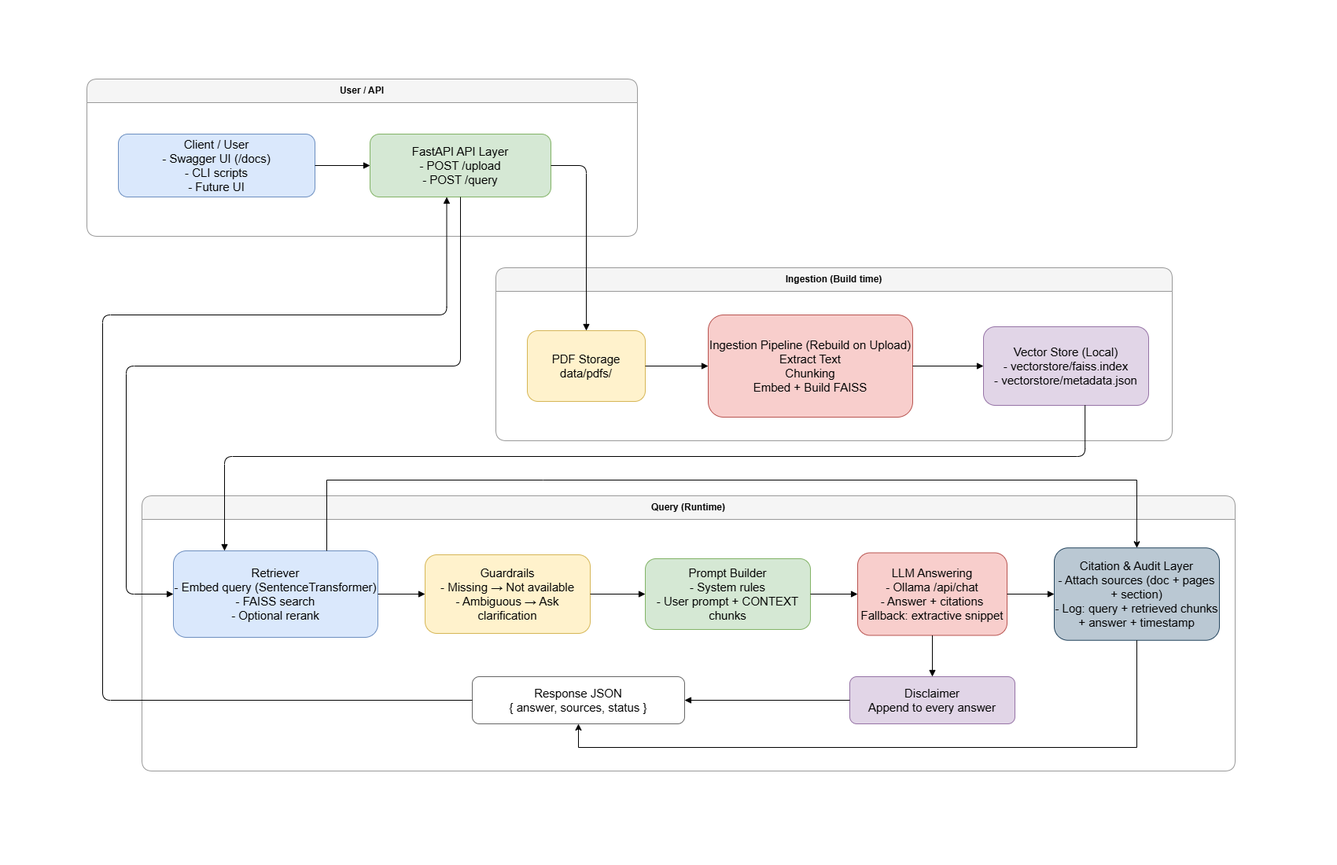
This is docs/ird-tax-ai.drawio.png from SawaniD-Weerathunga/ird-tax-ai, a draw.io export, as it was before one commit. Source tidied: cells renumbered, new cells last; positions are measured from the earlier drawing's top-left corner, leaving out a move shared by most shapes.
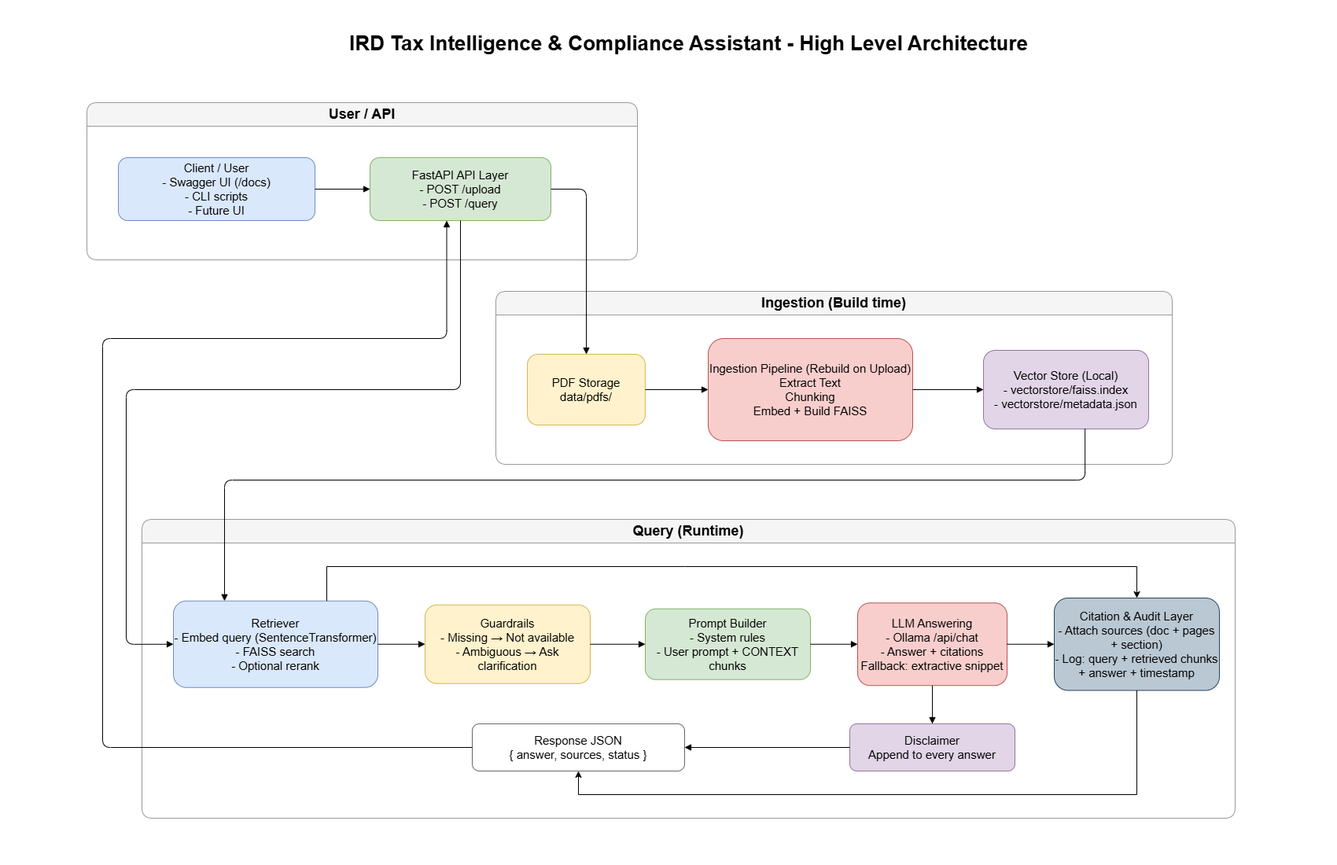
The same file after the commit.

Change to the diagram source:
```diff
@@ -2,7 +2,7 @@
   <root>
     <mxCell id="0" />
     <mxCell id="1" parent="0" />
-    <mxCell id="2" value="User / API" style="swimlane;horizontal=1;startSize=30;rounded=1;whiteSpace=wrap;fillColor=#f5f5f5;strokeColor=#999999;" parent="1" vertex="1">
+    <mxCell id="2" value="User / API" style="swimlane;horizontal=1;startSize=30;rounded=1;whiteSpace=wrap;fillColor=#f5f5f5;strokeColor=#999999;fontSize=18;" parent="1" vertex="1">
       <mxGeometry width="700" height="200" as="geometry" />
     </mxCell>
     <mxCell id="3" value="&lt;font style=&quot;font-size: 15px;&quot;&gt;Client / User&lt;br&gt;- Swagger UI (/docs)&lt;br&gt;- CLI scripts&lt;br&gt;- Future UI&lt;/font&gt;" style="rounded=1;whiteSpace=wrap;html=1;fillColor=#dae8fc;strokeColor=#6c8ebf;" parent="2" vertex="1">
@@ -14,7 +14,7 @@
     <mxCell id="5" style="endArrow=block;html=1;rounded=0;orthogonal=1;jettySize=auto;edgeStyle=orthogonalEdgeStyle;" parent="2" edge="1" source="3" target="4">
       <mxGeometry relative="1" as="geometry" />
     </mxCell>
-    <mxCell id="6" value="Ingestion (Build time)" style="swimlane;horizontal=1;startSize=30;rounded=1;whiteSpace=wrap;fillColor=#f5f5f5;strokeColor=#999999;" parent="1" vertex="1">
+    <mxCell id="6" value="Ingestion (Build time)" style="swimlane;horizontal=1;startSize=30;rounded=1;whiteSpace=wrap;fillColor=#f5f5f5;strokeColor=#999999;fontSize=18;" parent="1" vertex="1">
       <mxGeometry x="520" y="240" width="860" height="220" as="geometry" />
     </mxCell>
     <mxCell id="7" value="&lt;font style=&quot;font-size: 15px;&quot;&gt;PDF Storage&lt;br&gt;data/pdfs/&lt;/font&gt;" style="rounded=1;whiteSpace=wrap;html=1;fillColor=#fff2cc;strokeColor=#d6b656;" parent="6" vertex="1">
@@ -32,17 +32,17 @@
     <mxCell id="11" style="endArrow=block;html=1;edgeStyle=orthogonalEdgeStyle;" parent="6" edge="1" source="7" target="9">
       <mxGeometry relative="1" as="geometry" />
     </mxCell>
-    <mxCell id="12" value="Query (Runtime)" style="swimlane;horizontal=1;startSize=30;rounded=1;whiteSpace=wrap;fillColor=#f5f5f5;strokeColor=#999999;" parent="1" vertex="1">
-      <mxGeometry x="70" y="530" width="1390" height="350" as="geometry" />
+    <mxCell id="12" value="Query (Runtime)" style="swimlane;horizontal=1;startSize=30;rounded=1;whiteSpace=wrap;fillColor=#f5f5f5;strokeColor=#999999;fontSize=18;" parent="1" vertex="1">
+      <mxGeometry x="70" y="530" width="1390" height="380" as="geometry" />
     </mxCell>
     <mxCell id="13" value="&lt;font style=&quot;font-size: 15px;&quot;&gt;Retriever&lt;br&gt;- Embed query (SentenceTransformer)&lt;br&gt;- FAISS search&lt;br&gt;- Optional rerank&lt;/font&gt;" style="rounded=1;whiteSpace=wrap;html=1;fillColor=#dae8fc;strokeColor=#6c8ebf;" parent="12" vertex="1">
-      <mxGeometry x="40" y="70" width="260" height="110" as="geometry" />
+      <mxGeometry x="40" y="103.8" width="260" height="110" as="geometry" />
     </mxCell>
     <mxCell id="14" value="&lt;font style=&quot;font-size: 15px;&quot;&gt;Guardrails&lt;br&gt;- Missing → Not available&lt;br&gt;- Ambiguous → Ask clarification&lt;/font&gt;" style="rounded=1;whiteSpace=wrap;html=1;fillColor=#fff2cc;strokeColor=#d6b656;" parent="12" vertex="1">
-      <mxGeometry x="360" y="75" width="210" height="100" as="geometry" />
+      <mxGeometry x="360" y="108.8" width="210" height="100" as="geometry" />
     </mxCell>
     <mxCell id="15" value="&lt;font style=&quot;font-size: 15px;&quot;&gt;Prompt Builder&lt;br&gt;- System rules&lt;br&gt;- User prompt + CONTEXT chunks&lt;/font&gt;" style="rounded=1;whiteSpace=wrap;html=1;fillColor=#d5e8d4;strokeColor=#82b366;" parent="12" vertex="1">
-      <mxGeometry x="640" y="80" width="210" height="90" as="geometry" />
+      <mxGeometry x="640" y="113.8" width="210" height="90" as="geometry" />
     </mxCell>
     <mxCell id="16" style="endArrow=block;html=1;edgeStyle=orthogonalEdgeStyle;" parent="12" edge="1" source="13" target="14">
       <mxGeometry relative="1" as="geometry" />
@@ -51,10 +51,10 @@
       <mxGeometry relative="1" as="geometry" />
     </mxCell>
     <mxCell id="18" value="&lt;font style=&quot;font-size: 15px;&quot;&gt;Disclaimer&lt;br&gt;Append to every answer&lt;/font&gt;" style="rounded=1;whiteSpace=wrap;html=1;fillColor=#e1d5e7;strokeColor=#9673a6;" parent="12" vertex="1">
-      <mxGeometry x="900" y="230" width="210" height="60" as="geometry" />
+      <mxGeometry x="900" y="260" width="210" height="60" as="geometry" />
     </mxCell>
     <mxCell id="19" value="&lt;font style=&quot;font-size: 15px;&quot;&gt;LLM Answering&lt;br&gt;- Ollama /api/chat&lt;br&gt;- Answer + citations&lt;br&gt;Fallback: extractive snippet&lt;/font&gt;" style="rounded=1;whiteSpace=wrap;html=1;fillColor=#f8cecc;strokeColor=#b85450;" parent="12" vertex="1">
-      <mxGeometry x="910" y="72.5" width="190" height="105" as="geometry" />
+      <mxGeometry x="910" y="106.2" width="190" height="105" as="geometry" />
     </mxCell>
     <mxCell id="20" style="endArrow=block;html=1;edgeStyle=orthogonalEdgeStyle;" parent="12" edge="1" source="15" target="19">
       <mxGeometry relative="1" as="geometry" />
@@ -63,13 +63,13 @@
       <mxGeometry relative="1" as="geometry" />
     </mxCell>
     <mxCell id="22" value="&lt;font style=&quot;font-size: 15px;&quot;&gt;Response JSON&lt;br&gt;{ answer, sources, status }&lt;/font&gt;" style="rounded=1;whiteSpace=wrap;html=1;fillColor=#ffffff;strokeColor=#666666;" parent="12" vertex="1">
-      <mxGeometry x="420" y="230" width="270" height="60" as="geometry" />
+      <mxGeometry x="420" y="260" width="270" height="60" as="geometry" />
     </mxCell>
     <mxCell id="23" style="endArrow=block;html=1;edgeStyle=orthogonalEdgeStyle;" parent="12" edge="1" source="18" target="22">
       <mxGeometry relative="1" as="geometry" />
     </mxCell>
     <mxCell id="24" value="&lt;font style=&quot;font-size: 15px;&quot;&gt;Citation &amp;amp; Audit Layer&lt;br&gt;- Attach sources (doc + pages + section)&lt;br&gt;-&amp;nbsp;Log: query + retrieved chunks + answer + timestamp&lt;br&gt;&lt;/font&gt;" style="rounded=1;whiteSpace=wrap;html=1;fillColor=#bac8d3;strokeColor=#23445d;" parent="12" vertex="1">
-      <mxGeometry x="1160" y="66.2" width="210" height="117.5" as="geometry" />
+      <mxGeometry x="1160" y="100" width="210" height="117.5" as="geometry" />
     </mxCell>
     <mxCell id="25" style="endArrow=block;html=1;edgeStyle=orthogonalEdgeStyle;exitX=1;exitY=0.5;exitDx=0;exitDy=0;entryX=0;entryY=0.5;entryDx=0;entryDy=0;" parent="12" edge="1" source="19" target="24">
       <mxGeometry relative="1" as="geometry" />
@@ -77,17 +77,17 @@
     <mxCell id="26" style="endArrow=classic;html=1;rounded=0;exitX=0.75;exitY=0;exitDx=0;exitDy=0;entryX=0.5;entryY=0;entryDx=0;entryDy=0;" parent="12" edge="1" source="13" target="24">
       <mxGeometry relative="1" as="geometry">
         <Array as="points">
-          <mxPoint x="235" y="-20" />
-          <mxPoint x="510" y="-20" />
-          <mxPoint x="1265" y="-20" />
+          <mxPoint x="235" y="60" />
+          <mxPoint x="690" y="60" />
+          <mxPoint x="1265" y="60" />
         </Array>
       </mxGeometry>
     </mxCell>
     <mxCell id="27" style="endArrow=classic;html=1;rounded=0;exitX=0.5;exitY=1;exitDx=0;exitDy=0;entryX=0.5;entryY=1;entryDx=0;entryDy=0;" parent="12" edge="1" source="24" target="22">
       <mxGeometry relative="1" as="geometry">
         <Array as="points">
-          <mxPoint x="1265" y="320" />
-          <mxPoint x="555" y="320" />
+          <mxPoint x="1265" y="350" />
+          <mxPoint x="555" y="350" />
         </Array>
       </mxGeometry>
     </mxCell>
@@ -99,7 +99,7 @@
         <Array as="points">
           <mxPoint x="475" y="365" />
           <mxPoint x="50" y="365" />
-          <mxPoint x="50" y="655" />
+          <mxPoint x="50" y="689" />
         </Array>
       </mxGeometry>
     </mxCell>
@@ -111,16 +111,18 @@
         </Array>
       </mxGeometry>
     </mxCell>
-    <mxCell id="31" style="endArrow=block;html=1;edgeStyle=orthogonalEdgeStyle;entryX=0.25;entryY=1;entryDx=0;entryDy=0;" parent="1" edge="1">
+    <mxCell id="31" style="endArrow=block;html=1;edgeStyle=orthogonalEdgeStyle;entryX=0.25;entryY=1;entryDx=0;entryDy=0;exitX=0;exitY=0.5;exitDx=0;exitDy=0;" parent="1" edge="1" source="22">
       <mxGeometry relative="1" as="geometry">
-        <mxPoint x="490" y="790" as="sourcePoint" />
         <mxPoint x="457.5" y="150" as="targetPoint" />
         <Array as="points">
-          <mxPoint x="20" y="790" />
+          <mxPoint x="20" y="820" />
           <mxPoint x="20" y="300" />
           <mxPoint x="458" y="300" />
         </Array>
       </mxGeometry>
     </mxCell>
+    <mxCell id="32" value="&lt;font style=&quot;color: light-dark(rgb(0, 0, 0), rgb(0, 0, 0)); font-size: 26px;&quot;&gt;IRD Tax Intelligence &amp;amp; Compliance Assistant - High Level Architecture&lt;/font&gt;" style="text;html=1;align=center;verticalAlign=middle;fontSize=18;fontStyle=1;fontColor=#ffffff;" parent="1" vertex="1">
+      <mxGeometry x="295" y="-130" width="940" height="110" as="geometry" />
+    </mxCell>
   </root>
 </mxGraphModel>
```
